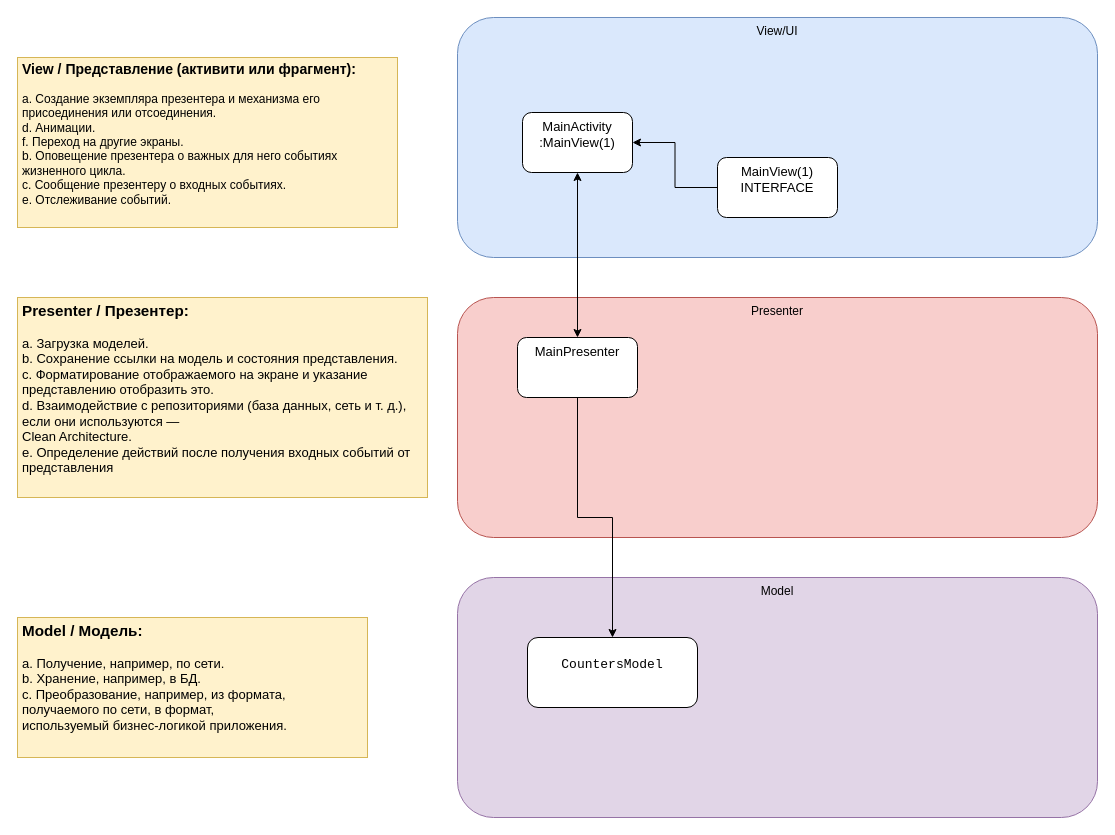
kosykt/GB_PLibs_HW_App keeps this draw.io diagram as supportDiagram.drawio. Above is the earlier version. Source tidied: cells renumbered, new cells numbered last; positions are measured from the earlier drawing's top-left corner, leaving out a move shared by most shapes. Both pictures are drawn from the tidied source at 100%, with x=0, y=0 at pixel (17, 17).
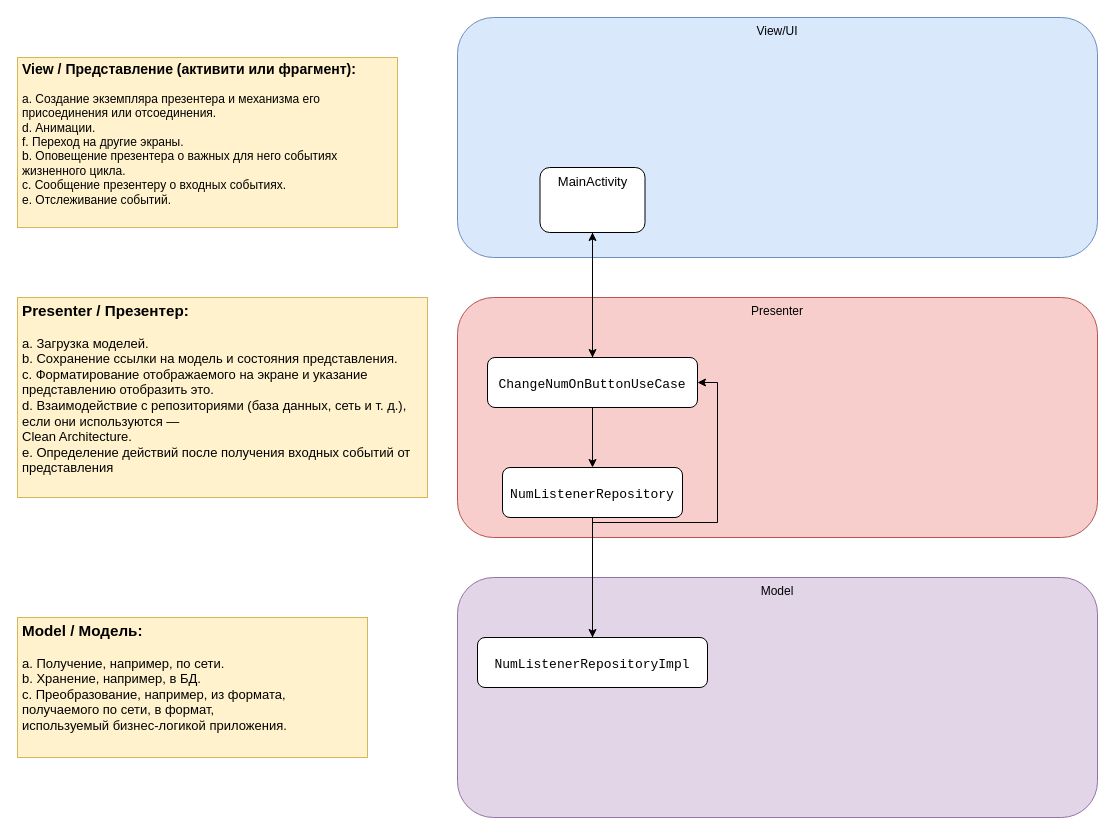
Above is the later version.

Diff of the diagram source:
```diff
@@
 <mxGraphModel>
   <root>
     <mxCell id="0" />
     <mxCell id="1" parent="0" />
     <mxCell id="2" value="View/UI" style="rounded=1;whiteSpace=wrap;html=1;verticalAlign=top;fillColor=#dae8fc;strokeColor=#6c8ebf;" parent="1" vertex="1">
       <mxGeometry x="440" width="640" height="240" as="geometry" />
     </mxCell>
     <mxCell id="3" value="Model" style="rounded=1;whiteSpace=wrap;html=1;verticalAlign=top;fillColor=#e1d5e7;strokeColor=#9673a6;" parent="1" vertex="1">
       <mxGeometry x="440" y="560" width="640" height="240" as="geometry" />
     </mxCell>
     <mxCell id="4" value="Presenter" style="rounded=1;whiteSpace=wrap;html=1;verticalAlign=top;fillColor=#f8cecc;strokeColor=#b85450;" parent="1" vertex="1">
       <mxGeometry x="440" y="280" width="640" height="240" as="geometry" />
     </mxCell>
     <mxCell id="5" value="&lt;p style=&quot;font-size: 13px&quot;&gt;&lt;/p&gt;&lt;h3&gt;View / Представление (активити или фрагмент):&lt;/h3&gt;&lt;span&gt;a. Создание экземпляра презентера и механизма его присоединения или отсоединения.&lt;/span&gt;&lt;br&gt;&lt;span&gt;d. Анимации.&lt;/span&gt;&lt;br&gt;&lt;span&gt;f. Переход на другие экраны.&lt;/span&gt;&lt;br&gt;&lt;span&gt;b. Оповещение презентера о важных для него событиях жизненного цикла.&lt;/span&gt;&lt;br&gt;&lt;span&gt;c. Сообщение презентеру о входных событиях.&lt;/span&gt;&lt;br&gt;&lt;span&gt;e. Отслеживание событий.&lt;/span&gt;&lt;br&gt;&lt;p&gt;&lt;/p&gt;" style="text;html=1;strokeColor=#d6b656;fillColor=#fff2cc;spacing=5;spacingTop=-20;whiteSpace=wrap;overflow=hidden;rounded=0;verticalAlign=top;" parent="1" vertex="1">
       <mxGeometry y="40" width="380" height="170" as="geometry" />
     </mxCell>
     <mxCell id="6" value="&lt;p&gt;&lt;/p&gt;&lt;h3&gt;Presenter / Презентер:&lt;/h3&gt;&lt;span style=&quot;font-weight: normal&quot;&gt;a. Загрузка моделей.&lt;br&gt;b. Сохранение ссылки на модель и состояния представления.&lt;br&gt;c. Форматирование отображаемого на экране и указание представлению отобразить это.&lt;br&gt;d. Взаимодействие с репозиториями (база данных, сеть и т. д.), если они используются —&lt;br&gt;Clean Architecture.&lt;br&gt;e. Определение действий после получения входных событий от представления&lt;/span&gt;&lt;p&gt;&lt;/p&gt;" style="text;html=1;strokeColor=#d6b656;fillColor=#fff2cc;spacing=5;spacingTop=-20;whiteSpace=wrap;overflow=hidden;rounded=0;fontSize=13;align=left;verticalAlign=top;" parent="1" vertex="1">
       <mxGeometry y="280" width="410" height="200" as="geometry" />
     </mxCell>
     <mxCell id="7" value="&lt;p&gt;&lt;/p&gt;&lt;h3&gt;Model / Модель:&lt;/h3&gt;&lt;span style=&quot;font-weight: normal&quot;&gt;a. Получение, например, по сети.&lt;br&gt;b. Хранение, например, в БД.&lt;br&gt;c. Преобразование, например, из формата, получаемого по сети, в формат,&lt;br&gt;используемый бизнес-логикой приложения.&lt;/span&gt;&lt;p&gt;&lt;/p&gt;" style="text;html=1;strokeColor=#d6b656;fillColor=#fff2cc;spacing=5;spacingTop=-20;whiteSpace=wrap;overflow=hidden;rounded=0;fontSize=13;align=left;verticalAlign=top;" parent="1" vertex="1">
       <mxGeometry y="600" width="350" height="140" as="geometry" />
     </mxCell>
+    <mxCell id="15" style="edgeStyle=orthogonalEdgeStyle;rounded=0;jettySize=auto;html=1;fontColor=default;" parent="1" edge="1" source="8" target="13">
+      <mxGeometry relative="1" as="geometry" />
+    </mxCell>
-    <mxCell id="8" value="MainActivity&lt;br&gt;:MainView(1)" style="rounded=1;whiteSpace=wrap;html=1;fontSize=13;align=center;verticalAlign=top;" parent="1" vertex="1">
-      <mxGeometry x="505" y="95" width="110" height="60" as="geometry" />
+    <mxCell id="8" value="MainActivity" style="rounded=1;whiteSpace=wrap;html=1;fontSize=13;align=center;verticalAlign=top;" parent="1" vertex="1">
+      <mxGeometry x="522.5" y="150" width="105" height="65" as="geometry" />
     </mxCell>
+    <mxCell id="16" style="edgeStyle=orthogonalEdgeStyle;rounded=0;jettySize=auto;html=1;entryX=1;entryY=0.5;entryDx=0;entryDy=0;fontColor=default;" parent="1" edge="1" source="9" target="13">
+      <mxGeometry relative="1" as="geometry" />
+    </mxCell>
-    <mxCell id="9" value="&lt;pre style=&quot;font-family: &amp;quot;jetbrains mono&amp;quot;, monospace;&quot;&gt;&lt;font&gt;CountersModel&lt;/font&gt;&lt;/pre&gt;" style="rounded=1;whiteSpace=wrap;html=1;fontSize=13;align=center;verticalAlign=top;fontColor=default;labelBackgroundColor=none;" parent="1" vertex="1">
-      <mxGeometry x="510" y="620" width="170" height="70" as="geometry" />
+    <mxCell id="9" value="&lt;pre style=&quot;font-family: &amp;quot;jetbrains mono&amp;quot; , monospace&quot;&gt;&lt;pre style=&quot;font-family: &amp;quot;jetbrains mono&amp;quot;, monospace;&quot;&gt;NumListenerRepositoryImpl&lt;/pre&gt;&lt;/pre&gt;" style="rounded=1;whiteSpace=wrap;html=1;fontSize=13;align=center;verticalAlign=top;fontColor=default;labelBackgroundColor=none;" parent="1" vertex="1">
+      <mxGeometry x="460" y="620" width="230" height="50" as="geometry" />
     </mxCell>
-    <mxCell id="10" style="edgeStyle=orthogonalEdgeStyle;rounded=0;jettySize=auto;html=1;fontSize=13;fontColor=default;" parent="1" edge="1" source="11" target="8">
-      <mxGeometry relative="1" as="geometry" />
-    </mxCell>
-    <mxCell id="11" value="MainView(1)&lt;br&gt;INTERFACE" style="rounded=1;whiteSpace=wrap;html=1;labelBackgroundColor=default;fontSize=13;fontColor=#000000;align=center;verticalAlign=top;" parent="1" vertex="1">
-      <mxGeometry x="700" y="140" width="120" height="60" as="geometry" />
-    </mxCell>
-    <mxCell id="12" style="edgeStyle=orthogonalEdgeStyle;rounded=0;jettySize=auto;html=1;entryX=0.5;entryY=0;entryDx=0;entryDy=0;fontSize=13;fontColor=default;" parent="1" edge="1" source="13" target="9">
-      <mxGeometry relative="1" as="geometry" />
-    </mxCell>
+    <mxCell id="17" style="edgeStyle=orthogonalEdgeStyle;rounded=0;jettySize=auto;html=1;fontColor=default;" parent="1" edge="1" source="13" target="19">
+      <mxGeometry relative="1" as="geometry" />
+    </mxCell>
+    <mxCell id="14" style="edgeStyle=orthogonalEdgeStyle;rounded=0;jettySize=auto;html=1;entryX=0.5;entryY=1;entryDx=0;entryDy=0;fontColor=default;" parent="1" edge="1" source="13" target="8">
+      <mxGeometry relative="1" as="geometry" />
+    </mxCell>
-    <mxCell id="13" value="MainPresenter" style="rounded=1;whiteSpace=wrap;html=1;labelBackgroundColor=none;labelBorderColor=none;fontSize=13;fontColor=default;align=center;verticalAlign=top;" parent="1" vertex="1">
-      <mxGeometry x="500" y="320" width="120" height="60" as="geometry" />
+    <mxCell id="13" value="&lt;pre style=&quot;font-family: &amp;quot;jetbrains mono&amp;quot;, monospace;&quot;&gt;ChangeNumOnButtonUseCase&lt;/pre&gt;" style="rounded=1;whiteSpace=wrap;html=1;labelBackgroundColor=none;labelBorderColor=none;fontSize=13;fontColor=default;align=center;verticalAlign=top;" parent="1" vertex="1">
+      <mxGeometry x="470" y="340" width="210" height="50" as="geometry" />
     </mxCell>
-    <mxCell id="14" style="endArrow=classic;startArrow=classic;html=1;rounded=0;fontSize=13;fontColor=default;exitX=0.5;exitY=0;exitDx=0;exitDy=0;entryX=0.5;entryY=1;entryDx=0;entryDy=0;" parent="1" edge="1" source="13" target="8">
-      <mxGeometry relative="1" as="geometry" />
-    </mxCell>
+    <mxCell id="18" style="edgeStyle=orthogonalEdgeStyle;rounded=0;jettySize=auto;html=1;entryX=0.5;entryY=0;entryDx=0;entryDy=0;fontColor=default;" parent="1" edge="1" source="19" target="9">
+      <mxGeometry relative="1" as="geometry" />
+    </mxCell>
+    <mxCell id="19" value="&lt;pre style=&quot;font-family: &amp;quot;jetbrains mono&amp;quot;, monospace;&quot;&gt;NumListenerRepository&lt;/pre&gt;" style="rounded=1;whiteSpace=wrap;html=1;labelBackgroundColor=none;labelBorderColor=none;fontSize=13;fontColor=default;align=center;verticalAlign=top;" parent="1" vertex="1">
+      <mxGeometry x="485" y="450" width="180" height="50" as="geometry" />
+    </mxCell>
   </root>
 </mxGraphModel>
```
